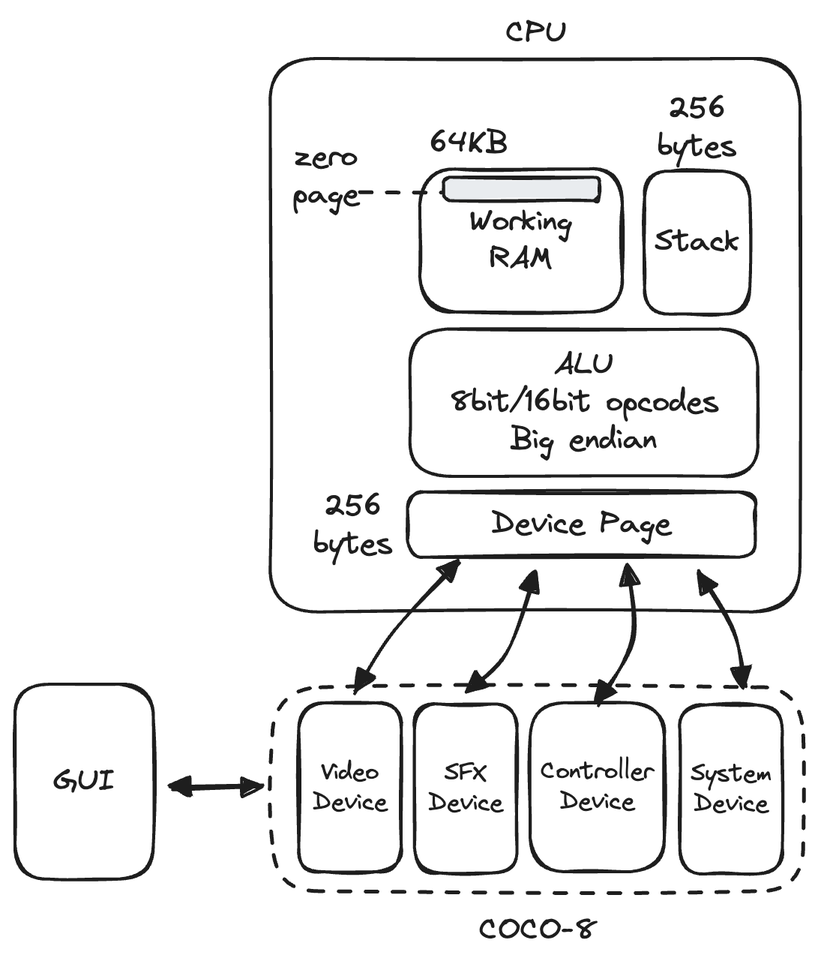
Before: docs/coco8.excalidraw.png, a diagram exported from Excalidraw (PIWEEK/coco-8). Source tidied: one line per element, renumbered; positions are measured from the earlier drawing's top-left corner, leaving out a move shared by most shapes.
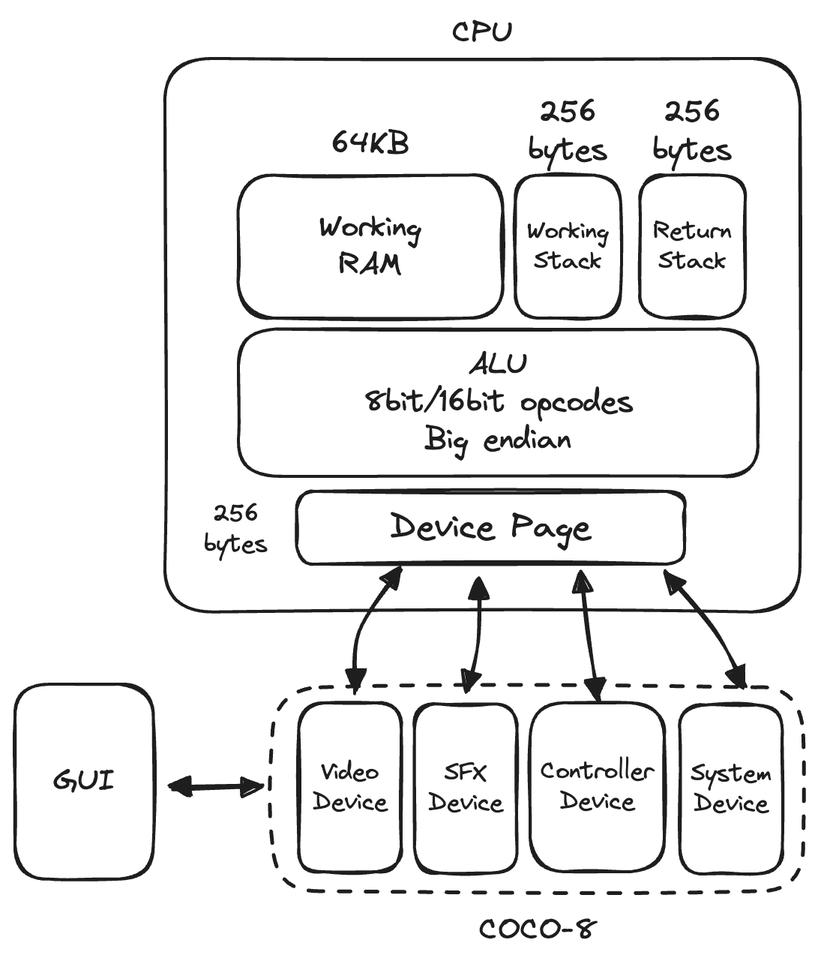
After the commit.

Change to the diagram source:
```diff
@@ -1,19 +1,19 @@
-{"id": 0, "type": "rectangle", "strokeColor": "#1e1e1e", "strokeWidth": 2, "roughness": 1, "round": true, "x": 170, "y": 29, "width": 353, "height": 369}
+{"id": 0, "type": "rectangle", "strokeColor": "#1e1e1e", "strokeWidth": 2, "roughness": 1, "round": true, "x": 100, "y": 29, "width": 424, "height": 369}
-{"id": 1, "type": "rectangle", "strokeColor": "#1e1e1e", "strokeWidth": 2, "roughness": 1, "round": true, "x": 263, "y": 209, "width": 232, "height": 98}
+{"id": 1, "type": "rectangle", "strokeColor": "#1e1e1e", "strokeWidth": 2, "roughness": 1, "round": true, "x": 149, "y": 209, "width": 346, "height": 98}
-{"id": 2, "type": "text", "text": "ALU\n8bit/16bit opcodes\nBig endian", "strokeColor": "#1e1e1e", "strokeWidth": 2, "roughness": 1, "fontSize": 20, "fontFamily": 1, "textAlign": "center", "verticalAlign": "middle", "inside": 1, "x": 289, "y": 221, "width": 180, "height": 75}
+{"id": 2, "type": "text", "text": "ALU\n8bit/16bit opcodes\nBig endian", "strokeColor": "#1e1e1e", "strokeWidth": 2, "roughness": 1, "fontSize": 20, "fontFamily": 1, "textAlign": "center", "verticalAlign": "middle", "inside": 1, "x": 232, "y": 221, "width": 180, "height": 75}
-{"id": 3, "type": "rectangle", "strokeColor": "#1e1e1e", "strokeWidth": 2, "roughness": 1, "round": true, "x": 270, "y": 103, "width": 135, "height": 95}
+{"id": 3, "type": "rectangle", "strokeColor": "#1e1e1e", "strokeWidth": 2, "roughness": 1, "round": true, "x": 149, "y": 107, "width": 177, "height": 95}
-{"id": 4, "type": "text", "text": "Working\nRAM", "strokeColor": "#1e1e1e", "strokeWidth": 2, "roughness": 1, "fontSize": 20, "fontFamily": 1, "textAlign": "center", "verticalAlign": "middle", "inside": 3, "x": 303, "y": 125, "width": 68, "height": 50}
+{"id": 4, "type": "text", "text": "Working\nRAM", "strokeColor": "#1e1e1e", "strokeWidth": 2, "roughness": 1, "fontSize": 20, "fontFamily": 1, "textAlign": "center", "verticalAlign": "middle", "inside": 3, "x": 203, "y": 129, "width": 68, "height": 50}
-{"id": 5, "type": "rectangle", "strokeColor": "#1e1e1e", "backgroundColor": "#e9ecef", "fillStyle": "solid", "strokeWidth": 2, "roughness": 1, "round": true, "x": 286, "y": 108, "width": 104, "height": 16}
-{"id": 6, "type": "arrow", "strokeColor": "#1e1e1e", "strokeWidth": 2, "strokeStyle": "dashed", "roughness": 1, "round": true, "from": 7, "to": 5, "x": 231, "y": 118, "width": 54, "height": 1, "points": [[0, 0], [54, -1]]}
-{"id": 7, "type": "text", "text": "zero\npage", "strokeColor": "#1e1e1e", "strokeWidth": 2, "roughness": 1, "fontSize": 20, "fontFamily": 1, "textAlign": "center", "x": 185, "y": 83, "width": 44, "height": 50}
-{"id": 8, "type": "text", "text": "64KB", "strokeColor": "#1e1e1e", "backgroundColor": "#e9ecef", "fillStyle": "solid", "strokeWidth": 2, "roughness": 1, "fontSize": 20, "fontFamily": 1, "textAlign": "center", "x": 276, "y": 73, "width": 52, "height": 25}
+{"id": 8, "type": "text", "text": "64KB", "strokeColor": "#1e1e1e", "backgroundColor": "#e9ecef", "fillStyle": "solid", "strokeWidth": 2, "roughness": 1, "fontSize": 20, "fontFamily": 1, "textAlign": "center", "x": 211, "y": 74, "width": 52, "height": 25}
-{"id": 9, "type": "rectangle", "strokeColor": "#1e1e1e", "strokeWidth": 2, "roughness": 1, "round": true, "x": 420, "y": 104, "width": 70, "height": 95}
-{"id": 10, "type": "text", "text": "Stack", "strokeColor": "#1e1e1e", "strokeWidth": 2, "roughness": 1, "fontSize": 20, "fontFamily": 1, "textAlign": "center", "verticalAlign": "middle", "inside": 9, "x": 427, "y": 139, "width": 57, "height": 25}
-{"id": 11, "type": "text", "text": "256\nbytes", "strokeColor": "#1e1e1e", "backgroundColor": "#e9ecef", "fillStyle": "solid", "strokeWidth": 2, "roughness": 1, "fontSize": 20, "fontFamily": 1, "textAlign": "center", "x": 429, "y": 50, "width": 53, "height": 50}
-{"id": 12, "type": "rectangle", "strokeColor": "#1e1e1e", "strokeWidth": 2, "roughness": 1, "round": true, "x": 262, "y": 318, "width": 232, "height": 44}
+{"id": 12, "type": "rectangle", "strokeColor": "#1e1e1e", "strokeWidth": 2, "roughness": 1, "round": true, "x": 188, "y": 317, "width": 259, "height": 49}
-{"id": 13, "type": "text", "text": "Device Page", "strokeColor": "#1e1e1e", "strokeWidth": 2, "roughness": 1, "fontSize": 20, "fontFamily": 1, "textAlign": "center", "verticalAlign": "middle", "inside": 12, "x": 318, "y": 327, "width": 120, "height": 25}
+{"id": 13, "type": "text", "text": "Device Page", "strokeColor": "#1e1e1e", "strokeWidth": 2, "roughness": 1, "fontSize": 22.31, "fontFamily": 1, "textAlign": "center", "verticalAlign": "middle", "inside": 12, "x": 250, "y": 328, "width": 134, "height": 28}
-{"id": 14, "type": "text", "text": "256\nbytes", "strokeColor": "#1e1e1e", "backgroundColor": "#e9ecef", "fillStyle": "solid", "strokeWidth": 2, "roughness": 1, "fontSize": 20, "fontFamily": 1, "textAlign": "center", "x": 199, "y": 316, "width": 53, "height": 50}
+{"id": 14, "type": "text", "text": "256\nbytes", "strokeColor": "#1e1e1e", "backgroundColor": "#e9ecef", "fillStyle": "solid", "strokeWidth": 2, "roughness": 1, "fontSize": 16, "fontFamily": 1, "textAlign": "center", "x": 126, "y": 323, "width": 42, "height": 40}
-{"id": 15, "type": "text", "text": "CPU", "strokeColor": "#1e1e1e", "strokeWidth": 2, "roughness": 1, "fontSize": 20, "fontFamily": 1, "textAlign": "center", "x": 327, "y": 0, "width": 40, "height": 25}
+{"id": 15, "type": "text", "text": "CPU", "strokeColor": "#1e1e1e", "strokeWidth": 2, "roughness": 1, "fontSize": 20, "fontFamily": 1, "textAlign": "center", "x": 292, "y": 0, "width": 40, "height": 25}
+{"id": 9, "type": "rectangle", "strokeColor": "#1e1e1e", "strokeWidth": 2, "roughness": 1, "round": true, "x": 334, "y": 107, "width": 70, "height": 95}
+{"id": 10, "type": "text", "text": "Working\nStack", "strokeColor": "#1e1e1e", "strokeWidth": 2, "roughness": 1, "fontSize": 16, "fontFamily": 1, "textAlign": "center", "verticalAlign": "middle", "inside": 9, "x": 342, "y": 134, "width": 54, "height": 40}
+{"id": 11, "type": "text", "text": "256\nbytes", "strokeColor": "#1e1e1e", "backgroundColor": "#e9ecef", "fillStyle": "solid", "strokeWidth": 2, "roughness": 1, "fontSize": 20, "fontFamily": 1, "textAlign": "center", "x": 342, "y": 53, "width": 53, "height": 50}
+{"id": 33, "type": "rectangle", "strokeColor": "#1e1e1e", "strokeWidth": 2, "roughness": 1, "round": true, "x": 417, "y": 107, "width": 70, "height": 95}
+{"id": 34, "type": "text", "text": "Return\nStack", "strokeColor": "#1e1e1e", "strokeWidth": 2, "roughness": 1, "fontSize": 16, "fontFamily": 1, "textAlign": "center", "verticalAlign": "middle", "inside": 33, "x": 426, "y": 134, "width": 52, "height": 40}
+{"id": 35, "type": "text", "text": "256\nbytes", "strokeColor": "#1e1e1e", "backgroundColor": "#e9ecef", "fillStyle": "solid", "strokeWidth": 2, "roughness": 1, "fontSize": 20, "fontFamily": 1, "textAlign": "center", "x": 425, "y": 53, "width": 53, "height": 50}
 {"id": 16, "type": "rectangle", "strokeColor": "#1e1e1e", "strokeWidth": 2, "roughness": 1, "round": true, "x": 189, "y": 458, "width": 68, "height": 113}
 {"id": 17, "type": "text", "text": "Video\nDevice", "strokeColor": "#1e1e1e", "strokeWidth": 2, "roughness": 1, "fontSize": 16, "fontFamily": 1, "textAlign": "center", "verticalAlign": "middle", "inside": 16, "x": 198, "y": 495, "width": 50, "height": 40}
 {"id": 18, "type": "rectangle", "strokeColor": "#1e1e1e", "strokeWidth": 2, "roughness": 1, "round": true, "x": 266, "y": 459, "width": 68, "height": 113}
@@ -22,10 +22,10 @@
 {"id": 21, "type": "text", "text": "Controller\nDevice", "strokeColor": "#1e1e1e", "strokeWidth": 2, "roughness": 1, "fontSize": 16, "fontFamily": 1, "textAlign": "center", "verticalAlign": "middle", "inside": 20, "x": 351, "y": 495, "width": 75, "height": 40}
 {"id": 22, "type": "rectangle", "strokeColor": "#1e1e1e", "strokeWidth": 2, "roughness": 1, "round": true, "x": 443, "y": 460, "width": 68, "height": 113}
 {"id": 23, "type": "text", "text": "System\nDevice", "strokeColor": "#1e1e1e", "strokeWidth": 2, "roughness": 1, "fontSize": 16, "fontFamily": 1, "textAlign": "center", "verticalAlign": "middle", "inside": 22, "x": 451, "y": 496, "width": 54, "height": 40}
-{"id": 24, "type": "arrow", "strokeColor": "#1e1e1e", "strokeWidth": 2, "roughness": 1, "startArrowhead": "triangle", "endArrowhead": "triangle", "round": true, "from": 16, "to": 12, "x": 226, "y": 451, "width": 71, "height": 87, "points": [[0, 0], [26, -41], [71, -87]]}
+{"id": 24, "type": "arrow", "strokeColor": "#1e1e1e", "strokeWidth": 2, "roughness": 1, "startArrowhead": "triangle", "endArrowhead": "triangle", "round": true, "from": 28, "to": 12, "x": 226, "y": 451, "width": 32, "height": 82, "points": [[0, 0], [3, -40], [32, -82]]}
-{"id": 25, "type": "arrow", "strokeColor": "#1e1e1e", "strokeWidth": 2, "roughness": 1, "startArrowhead": "triangle", "endArrowhead": "triangle", "round": true, "from": 20, "to": 12, "x": 388, "y": 459, "width": 25, "height": 92, "points": [[0, 0], [25, -43], [21, -92]]}
+{"id": 25, "type": "arrow", "strokeColor": "#1e1e1e", "strokeWidth": 2, "roughness": 1, "startArrowhead": "triangle", "endArrowhead": "triangle", "round": true, "from": 28, "to": 12, "x": 389, "y": 457, "width": 11, "height": 85, "points": [[0, 0], [-5, -43], [-11, -85]]}
-{"id": 26, "type": "arrow", "strokeColor": "#1e1e1e", "strokeWidth": 2, "roughness": 1, "startArrowhead": "triangle", "endArrowhead": "triangle", "round": true, "from": 22, "to": 12, "x": 486, "y": 448, "width": 31, "height": 78, "points": [[0, 0], [-7, -38], [-31, -78]]}
+{"id": 26, "type": "arrow", "strokeColor": "#1e1e1e", "strokeWidth": 2, "roughness": 1, "startArrowhead": "triangle", "endArrowhead": "triangle", "round": true, "from": 28, "to": 12, "x": 486, "y": 448, "width": 53, "height": 78, "points": [[0, 0], [-19, -37], [-53, -78]]}
-{"id": 27, "type": "arrow", "strokeColor": "#1e1e1e", "strokeWidth": 2, "roughness": 1, "startArrowhead": "triangle", "endArrowhead": "triangle", "round": true, "from": 18, "to": 12, "x": 302, "y": 451, "width": 46, "height": 80, "points": [[0, 0], [25, -27], [46, -80]]}
+{"id": 27, "type": "arrow", "strokeColor": "#1e1e1e", "strokeWidth": 2, "roughness": 1, "startArrowhead": "triangle", "endArrowhead": "triangle", "round": true, "from": 28, "to": 12, "x": 302, "y": 451, "width": 8, "height": 75, "points": [[0, 0], [6, -34], [8, -75]]}
 {"id": 28, "type": "rectangle", "strokeColor": "#1e1e1e", "strokeWidth": 2, "strokeStyle": "dashed", "roughness": 1, "round": true, "x": 172, "y": 448, "width": 354, "height": 136}
 {"id": 29, "type": "text", "text": "COCO-8", "strokeColor": "#1e1e1e", "strokeWidth": 2, "strokeStyle": "dashed", "roughness": 1, "fontSize": 20, "fontFamily": 1, "textAlign": "center", "x": 309, "y": 598, "width": 78, "height": 25}
 {"id": 30, "type": "rectangle", "strokeColor": "#1e1e1e", "strokeWidth": 2, "roughness": 1, "round": true, "x": 0, "y": 446, "width": 92, "height": 130}
```
